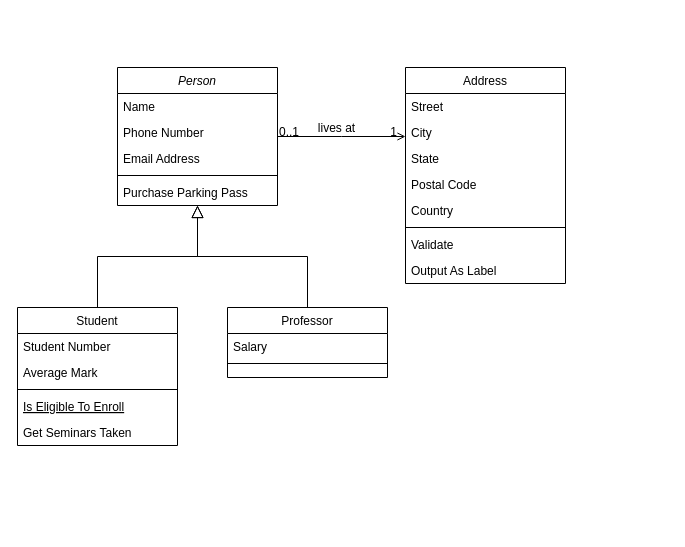
Before: Untitled Diagram.drawio in joywang912/joywang912, a draw.io diagram. Source tidied: cells renumbered, new cells numbered last; positions are measured from the earlier drawing's top-left corner, leaving out a move shared by most shapes. Both pictures are drawn from the tidied source at 100%, with x=0, y=0 at pixel (17, 67).
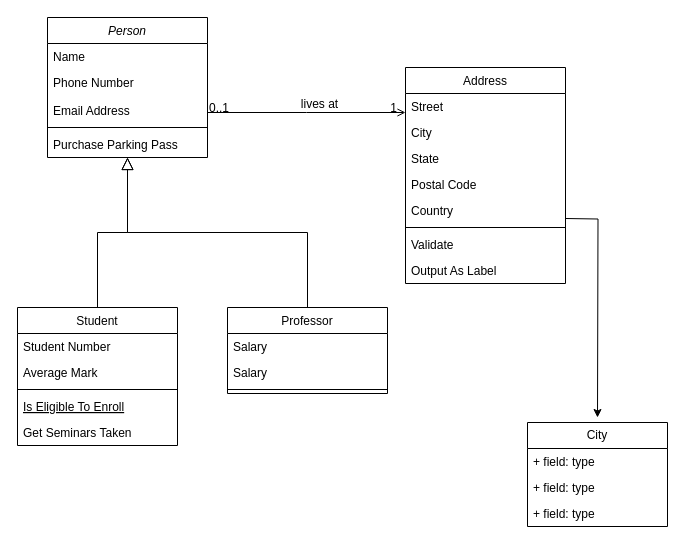
Above is the later version.

The edit, as a diff of the source:
```diff
@@
     <mxCell id="2" value="Person" style="swimlane;fontStyle=2;align=center;verticalAlign=top;horizontal=1;startSize=26;rounded=0;shadow=0;strokeWidth=1;" parent="1" vertex="1">
-      <mxGeometry x="100" width="160" height="138" as="geometry" />
+      <mxGeometry x="30" y="-50" width="160" height="140" as="geometry" />
     </mxCell>
@@
     <mxCell id="4" value="Phone Number" style="text;align=left;verticalAlign=top;spacingLeft=4;spacingRight=4;overflow=hidden;rounded=0;shadow=0;html=0;" parent="2" vertex="1">
-      <mxGeometry y="52" width="160" height="26" as="geometry" />
+      <mxGeometry y="52" width="160" height="28" as="geometry" />
     </mxCell>
     <mxCell id="5" value="Email Address" style="text;align=left;verticalAlign=top;spacingLeft=4;spacingRight=4;overflow=hidden;rounded=0;shadow=0;html=0;" parent="2" vertex="1">
-      <mxGeometry y="78" width="160" height="26" as="geometry" />
+      <mxGeometry y="80" width="160" height="26" as="geometry" />
     </mxCell>
     <mxCell id="6" style="line;html=1;strokeWidth=1;align=left;verticalAlign=middle;spacingTop=-1;spacingLeft=3;spacingRight=3;labelPosition=right;" parent="2" vertex="1">
-      <mxGeometry y="104" width="160" height="8" as="geometry" />
+      <mxGeometry y="106" width="160" height="8" as="geometry" />
     </mxCell>
     <mxCell id="7" value="Purchase Parking Pass" style="text;align=left;verticalAlign=top;spacingLeft=4;spacingRight=4;overflow=hidden;" parent="2" vertex="1">
-      <mxGeometry y="112" width="160" height="26" as="geometry" />
+      <mxGeometry y="114" width="160" height="26" as="geometry" />
     </mxCell>
@@
     <mxCell id="15" value="Professor" style="swimlane;fontStyle=0;align=center;verticalAlign=top;horizontal=1;startSize=26;rounded=0;shadow=0;strokeWidth=1;" parent="1" vertex="1">
-      <mxGeometry x="210" y="240" width="160" height="70" as="geometry" />
+      <mxGeometry x="210" y="240" width="160" height="86" as="geometry" />
     </mxCell>
@@
+    <mxCell id="32" value="Salary" style="text;align=left;verticalAlign=top;spacingLeft=4;spacingRight=4;overflow=hidden;" parent="15" vertex="1">
+      <mxGeometry y="52" width="160" height="26" as="geometry" />
+    </mxCell>
     <mxCell id="17" style="line;html=1;strokeWidth=1;align=left;verticalAlign=middle;spacingTop=-1;spacingLeft=3;spacingRight=3;labelPosition=right;" parent="15" vertex="1">
-      <mxGeometry y="52" width="160" height="8" as="geometry" />
+      <mxGeometry y="78" width="160" height="8" as="geometry" />
     </mxCell>
@@
+    <mxCell id="33" value="City" style="swimlane;fontStyle=0;horizontal=1;startSize=26;fillColor=none;whiteSpace=wrap;html=1;" parent="1" vertex="1">
+      <mxGeometry x="510" y="355" width="140" height="104" as="geometry" />
+    </mxCell>
+    <mxCell id="34" value="+ field: type" style="text;strokeColor=none;fillColor=none;align=left;verticalAlign=top;spacingLeft=4;spacingRight=4;overflow=hidden;whiteSpace=wrap;html=1;" parent="33" vertex="1">
+      <mxGeometry y="26" width="140" height="26" as="geometry" />
+    </mxCell>
+    <mxCell id="35" value="+ field: type" style="text;strokeColor=none;fillColor=none;align=left;verticalAlign=top;spacingLeft=4;spacingRight=4;overflow=hidden;whiteSpace=wrap;html=1;" parent="33" vertex="1">
+      <mxGeometry y="52" width="140" height="26" as="geometry" />
+    </mxCell>
+    <mxCell id="36" value="+ field: type" style="text;strokeColor=none;fillColor=none;align=left;verticalAlign=top;spacingLeft=4;spacingRight=4;overflow=hidden;whiteSpace=wrap;html=1;" parent="33" vertex="1">
+      <mxGeometry y="78" width="140" height="26" as="geometry" />
+    </mxCell>
+    <mxCell id="37" style="edgeStyle=orthogonalEdgeStyle;rounded=0;orthogonalLoop=1;jettySize=auto;html=1;" parent="1" edge="1">
+      <mxGeometry relative="1" as="geometry">
+        <mxPoint x="548" y="151" as="sourcePoint" />
+        <mxPoint x="580" y="350" as="targetPoint" />
+      </mxGeometry>
+    </mxCell>
```
